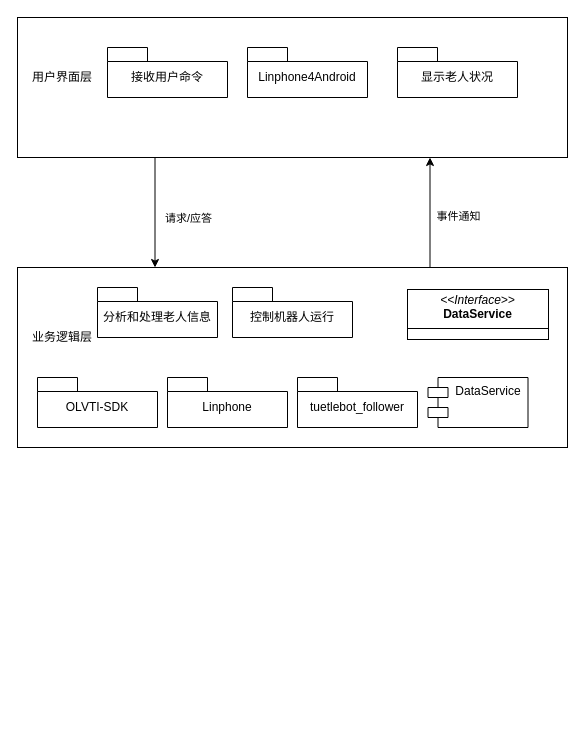
Jackrainman/draw.io keeps this draw.io diagram as 第八、九章 52题.drawio. Above is the earlier version. Source tidied: cells renumbered, new cells numbered last; positions are measured from the earlier drawing's top-left corner, leaving out a move shared by most shapes. Both pictures are drawn from the tidied source at 100%, with x=0, y=0 at pixel (17, 17).
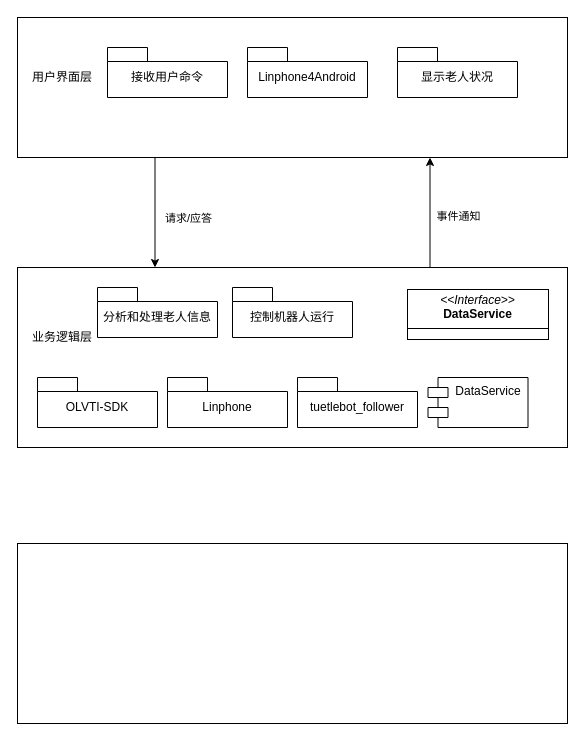
After the change.

Commit message (it also covers changes not shown here):
更新第八、九章 52题.drawio

What changed in the source:
```diff
@@
+    <mxCell id="21" style="rounded=0;whiteSpace=wrap;html=1;fillColor=none;" parent="1" vertex="1">
+      <mxGeometry y="526" width="550" height="180" as="geometry" />
+    </mxCell>
```
